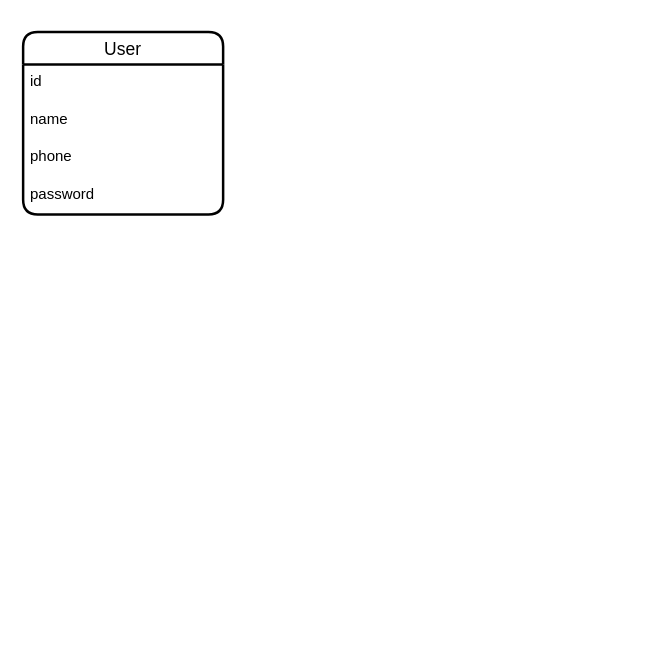
Above: Karsoft - LMS.drawio in iztileuoff/databases (draw.io), before the change. Source tidied: cells renumbered, new cells numbered last; positions are measured from the earlier drawing's top-left corner, leaving out a move shared by most shapes. Both pictures are drawn from the tidied source at 125%, with x=0, y=0 at pixel (22, 31).
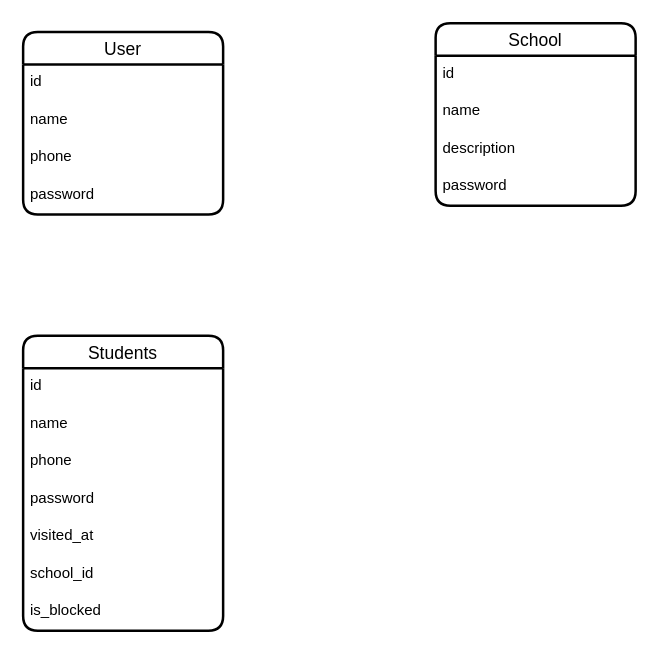
The same diagram, later.

The edit, as a diff of the source:
```diff
@@
 <mxGraphModel>
   <root>
     <mxCell id="0" />
     <mxCell id="1" parent="0" />
     <mxCell id="2" value="User" style="swimlane;fontStyle=0;horizontal=1;startSize=26;align=center;fontSize=14;strokeWidth=2;rounded=1;shadow=0;glass=0;swimlaneLine=1;" parent="1" vertex="1">
       <mxGeometry width="160" height="146" as="geometry" />
     </mxCell>
     <mxCell id="3" value="id" style="text;strokeColor=none;fillColor=none;spacingLeft=4;spacingRight=4;overflow=hidden;fontSize=12;whiteSpace=wrap;html=1;" parent="2" vertex="1">
       <mxGeometry y="26" width="160" height="30" as="geometry" />
     </mxCell>
     <mxCell id="4" value="name" style="text;strokeColor=none;fillColor=none;spacingLeft=4;spacingRight=4;overflow=hidden;fontSize=12;whiteSpace=wrap;html=1;" parent="2" vertex="1">
       <mxGeometry y="56" width="160" height="30" as="geometry" />
     </mxCell>
     <mxCell id="5" value="phone" style="text;strokeColor=none;fillColor=none;spacingLeft=4;spacingRight=4;overflow=hidden;fontSize=12;whiteSpace=wrap;html=1;" parent="2" vertex="1">
       <mxGeometry y="86" width="160" height="30" as="geometry" />
     </mxCell>
     <mxCell id="6" value="password" style="text;strokeColor=none;fillColor=none;spacingLeft=4;spacingRight=4;overflow=hidden;fontSize=12;whiteSpace=wrap;html=1;" parent="2" vertex="1">
       <mxGeometry y="116" width="160" height="30" as="geometry" />
     </mxCell>
+    <mxCell id="7" value="School" style="swimlane;fontStyle=0;horizontal=1;startSize=26;align=center;fontSize=14;strokeWidth=2;rounded=1;shadow=0;glass=0;swimlaneLine=1;" parent="1" vertex="1">
+      <mxGeometry x="330" y="-7" width="160" height="146" as="geometry" />
+    </mxCell>
+    <mxCell id="8" value="id" style="text;strokeColor=none;fillColor=none;spacingLeft=4;spacingRight=4;overflow=hidden;fontSize=12;whiteSpace=wrap;html=1;" parent="7" vertex="1">
+      <mxGeometry y="26" width="160" height="30" as="geometry" />
+    </mxCell>
+    <mxCell id="9" value="name" style="text;strokeColor=none;fillColor=none;spacingLeft=4;spacingRight=4;overflow=hidden;fontSize=12;whiteSpace=wrap;html=1;" parent="7" vertex="1">
+      <mxGeometry y="56" width="160" height="30" as="geometry" />
+    </mxCell>
+    <mxCell id="10" value="description" style="text;strokeColor=none;fillColor=none;spacingLeft=4;spacingRight=4;overflow=hidden;fontSize=12;whiteSpace=wrap;html=1;" parent="7" vertex="1">
+      <mxGeometry y="86" width="160" height="30" as="geometry" />
+    </mxCell>
+    <mxCell id="11" value="password" style="text;strokeColor=none;fillColor=none;spacingLeft=4;spacingRight=4;overflow=hidden;fontSize=12;whiteSpace=wrap;html=1;" parent="7" vertex="1">
+      <mxGeometry y="116" width="160" height="30" as="geometry" />
+    </mxCell>
+    <mxCell id="12" value="Students" style="swimlane;fontStyle=0;horizontal=1;startSize=26;align=center;fontSize=14;strokeWidth=2;rounded=1;shadow=0;glass=0;swimlaneLine=1;" parent="1" vertex="1">
+      <mxGeometry y="243" width="160" height="236" as="geometry" />
+    </mxCell>
+    <mxCell id="13" value="id" style="text;strokeColor=none;fillColor=none;spacingLeft=4;spacingRight=4;overflow=hidden;fontSize=12;whiteSpace=wrap;html=1;" parent="12" vertex="1">
+      <mxGeometry y="26" width="160" height="30" as="geometry" />
+    </mxCell>
+    <mxCell id="14" value="name" style="text;strokeColor=none;fillColor=none;spacingLeft=4;spacingRight=4;overflow=hidden;fontSize=12;whiteSpace=wrap;html=1;" parent="12" vertex="1">
+      <mxGeometry y="56" width="160" height="30" as="geometry" />
+    </mxCell>
+    <mxCell id="15" value="phone" style="text;strokeColor=none;fillColor=none;spacingLeft=4;spacingRight=4;overflow=hidden;fontSize=12;whiteSpace=wrap;html=1;" parent="12" vertex="1">
+      <mxGeometry y="86" width="160" height="30" as="geometry" />
+    </mxCell>
+    <mxCell id="16" value="password" style="text;strokeColor=none;fillColor=none;spacingLeft=4;spacingRight=4;overflow=hidden;fontSize=12;whiteSpace=wrap;html=1;" parent="12" vertex="1">
+      <mxGeometry y="116" width="160" height="30" as="geometry" />
+    </mxCell>
+    <mxCell id="17" value="visited_at" style="text;strokeColor=none;fillColor=none;spacingLeft=4;spacingRight=4;overflow=hidden;fontSize=12;whiteSpace=wrap;html=1;" parent="12" vertex="1">
+      <mxGeometry y="146" width="160" height="30" as="geometry" />
+    </mxCell>
+    <mxCell id="18" value="school_id" style="text;strokeColor=none;fillColor=none;spacingLeft=4;spacingRight=4;overflow=hidden;fontSize=12;whiteSpace=wrap;html=1;" parent="12" vertex="1">
+      <mxGeometry y="176" width="160" height="30" as="geometry" />
+    </mxCell>
+    <mxCell id="19" value="is_blocked" style="text;strokeColor=none;fillColor=none;spacingLeft=4;spacingRight=4;overflow=hidden;fontSize=12;whiteSpace=wrap;html=1;" parent="12" vertex="1">
+      <mxGeometry y="206" width="160" height="30" as="geometry" />
+    </mxCell>
   </root>
 </mxGraphModel>
```
